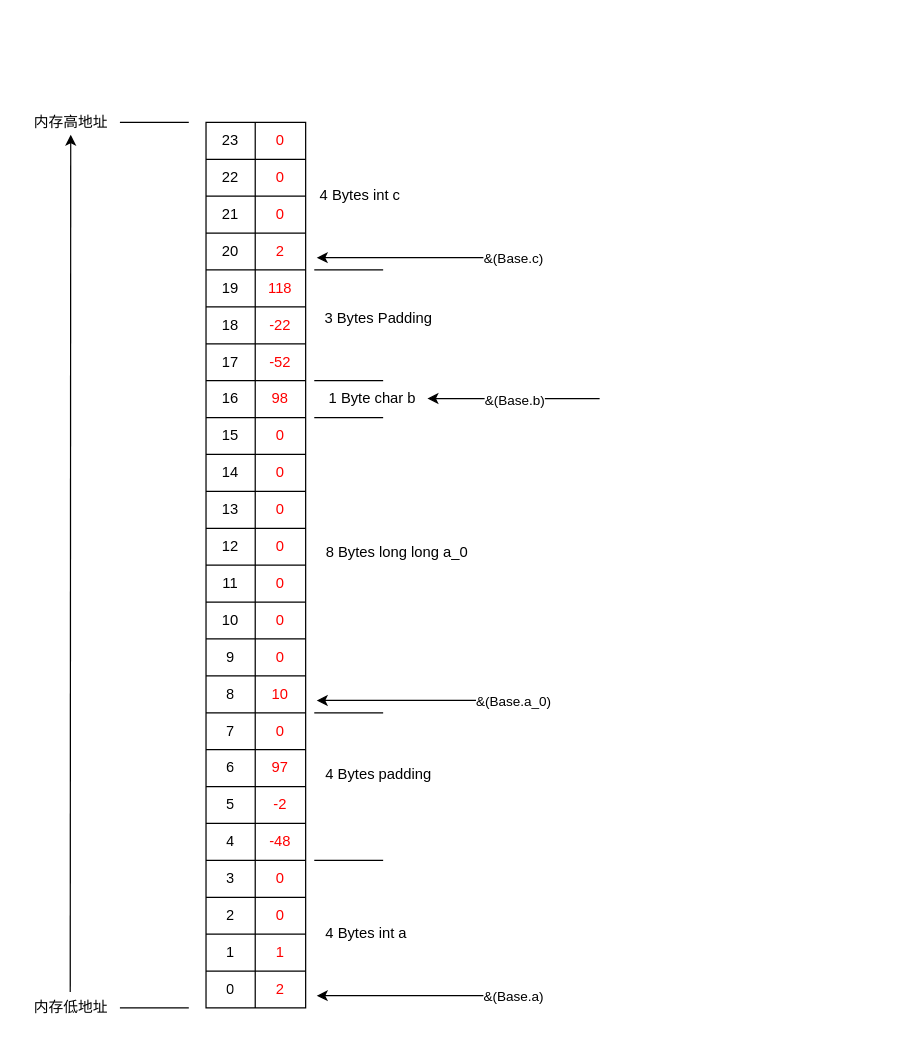
Above: Untitled Diagram.drawio in YichuanSun/blog_picture (draw.io), before the change. Source tidied: cells renumbered, new cells numbered last; positions are measured from the earlier drawing's top-left corner, leaving out a move shared by most shapes. Both pictures are drawn from the tidied source at 123%, with x=0, y=0 at pixel (21, 109).
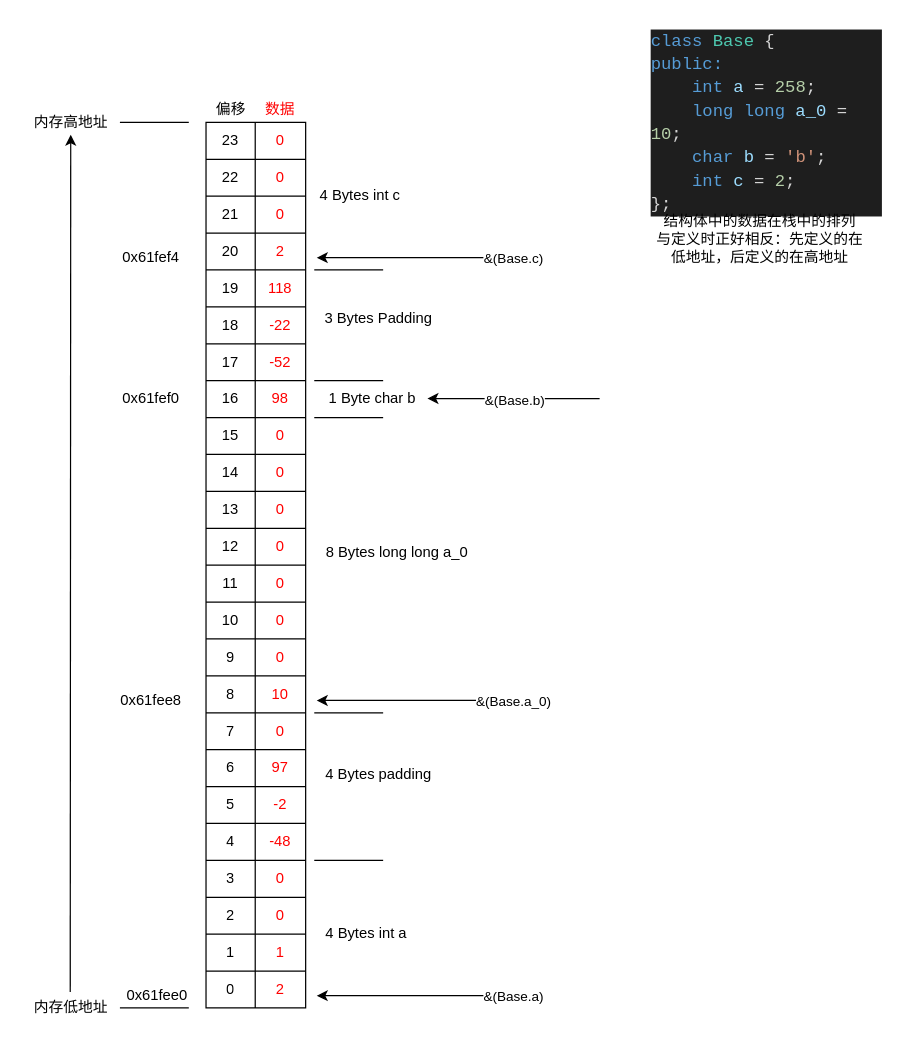
Above is the later version.

Commit message:
结构体填充与内存分布图

What changed in the source:
```diff
@@
+    <mxCell id="99" value="&lt;div style=&quot;color: rgb(212, 212, 212); background-color: rgb(30, 30, 30); font-family: Consolas, &amp;quot;Courier New&amp;quot;, monospace; font-weight: normal; font-size: 14px; line-height: 19px;&quot;&gt;&lt;div&gt;&lt;span style=&quot;color: #569cd6;&quot;&gt;class&lt;/span&gt;&lt;span style=&quot;color: #d4d4d4;&quot;&gt; &lt;/span&gt;&lt;span style=&quot;color: #4ec9b0;&quot;&gt;Base&lt;/span&gt;&lt;span style=&quot;color: #d4d4d4;&quot;&gt; {&lt;/span&gt;&lt;/div&gt;&lt;div&gt;&lt;span style=&quot;color: #569cd6;&quot;&gt;public:&lt;/span&gt;&lt;/div&gt;&lt;div&gt;&lt;span style=&quot;color: #d4d4d4;&quot;&gt;&amp;nbsp; &amp;nbsp; &lt;/span&gt;&lt;span style=&quot;color: #569cd6;&quot;&gt;int&lt;/span&gt;&lt;span style=&quot;color: #d4d4d4;&quot;&gt; &lt;/span&gt;&lt;span style=&quot;color: #9cdcfe;&quot;&gt;a&lt;/span&gt;&lt;span style=&quot;color: #d4d4d4;&quot;&gt; = &lt;/span&gt;&lt;span style=&quot;color: #b5cea8;&quot;&gt;258&lt;/span&gt;&lt;span style=&quot;color: #d4d4d4;&quot;&gt;;&lt;/span&gt;&lt;/div&gt;&lt;div&gt;&lt;span style=&quot;color: #d4d4d4;&quot;&gt;&amp;nbsp; &amp;nbsp; &lt;/span&gt;&lt;span style=&quot;color: #569cd6;&quot;&gt;long&lt;/span&gt;&lt;span style=&quot;color: #d4d4d4;&quot;&gt; &lt;/span&gt;&lt;span style=&quot;color: #569cd6;&quot;&gt;long&lt;/span&gt;&lt;span style=&quot;color: #d4d4d4;&quot;&gt; &lt;/span&gt;&lt;span style=&quot;color: #9cdcfe;&quot;&gt;a_0&lt;/span&gt;&lt;span style=&quot;color: #d4d4d4;&quot;&gt; = &lt;/span&gt;&lt;span style=&quot;color: #b5cea8;&quot;&gt;10&lt;/span&gt;&lt;span style=&quot;color: #d4d4d4;&quot;&gt;;&lt;/span&gt;&lt;/div&gt;&lt;div&gt;&lt;span style=&quot;color: #d4d4d4;&quot;&gt;&amp;nbsp; &amp;nbsp; &lt;/span&gt;&lt;span style=&quot;color: #569cd6;&quot;&gt;char&lt;/span&gt;&lt;span style=&quot;color: #d4d4d4;&quot;&gt; &lt;/span&gt;&lt;span style=&quot;color: #9cdcfe;&quot;&gt;b&lt;/span&gt;&lt;span style=&quot;color: #d4d4d4;&quot;&gt; = &lt;/span&gt;&lt;span style=&quot;color: #ce9178;&quot;&gt;'b'&lt;/span&gt;&lt;span style=&quot;color: #d4d4d4;&quot;&gt;;&lt;/span&gt;&lt;/div&gt;&lt;div&gt;&lt;span style=&quot;color: #d4d4d4;&quot;&gt;&amp;nbsp; &amp;nbsp; &lt;/span&gt;&lt;span style=&quot;color: #569cd6;&quot;&gt;int&lt;/span&gt;&lt;span style=&quot;color: #d4d4d4;&quot;&gt; &lt;/span&gt;&lt;span style=&quot;color: #9cdcfe;&quot;&gt;c&lt;/span&gt;&lt;span style=&quot;color: #d4d4d4;&quot;&gt; = &lt;/span&gt;&lt;span style=&quot;color: #b5cea8;&quot;&gt;2&lt;/span&gt;&lt;span style=&quot;color: #d4d4d4;&quot;&gt;;&lt;/span&gt;&lt;/div&gt;&lt;div&gt;&lt;span style=&quot;color: #d4d4d4;&quot;&gt;};&lt;/span&gt;&lt;/div&gt;&lt;/div&gt;" style="text;whiteSpace=wrap;html=1;" parent="1" vertex="1">
+      <mxGeometry x="510" y="-72.5" width="190" height="165" as="geometry" />
+    </mxCell>
+    <mxCell id="100" value="结构体中的数据在栈中的排列&lt;br&gt;与定义时正好相反：先定义的在&lt;br&gt;低地址，后定义的在高地址" style="text;html=1;align=center;verticalAlign=middle;strokeColor=none;fillColor=none;" parent="1" vertex="1">
+      <mxGeometry x="510" y="80" width="180" height="50" as="geometry" />
+    </mxCell>
+    <mxCell id="101" value="0x61fee0" style="text;html=1;align=center;verticalAlign=middle;strokeColor=none;fillColor=none;" parent="1" vertex="1">
+      <mxGeometry x="75" y="710" width="70" height="20" as="geometry" />
+    </mxCell>
+    <mxCell id="102" value="0x61fee8" style="text;html=1;align=center;verticalAlign=middle;strokeColor=none;fillColor=none;" parent="1" vertex="1">
+      <mxGeometry x="70" y="470" width="70" height="20" as="geometry" />
+    </mxCell>
+    <mxCell id="103" value="0x61fef0" style="text;html=1;align=center;verticalAlign=middle;strokeColor=none;fillColor=none;" parent="1" vertex="1">
+      <mxGeometry x="75" y="225" width="60" height="20" as="geometry" />
+    </mxCell>
+    <mxCell id="104" value="0x61fef4" style="text;html=1;align=center;verticalAlign=middle;strokeColor=none;fillColor=none;" parent="1" vertex="1">
+      <mxGeometry x="75" y="110" width="60" height="20" as="geometry" />
+    </mxCell>
+    <mxCell id="105" value="偏移" style="text;html=1;align=center;verticalAlign=middle;strokeColor=none;fillColor=none;" parent="1" vertex="1">
+      <mxGeometry x="150" y="-10" width="40" height="20" as="geometry" />
+    </mxCell>
+    <mxCell id="106" value="数据" style="text;html=1;align=center;verticalAlign=middle;strokeColor=none;fillColor=none;fontColor=#FF0000;" parent="1" vertex="1">
+      <mxGeometry x="190" y="-10" width="40" height="20" as="geometry" />
+    </mxCell>
```
